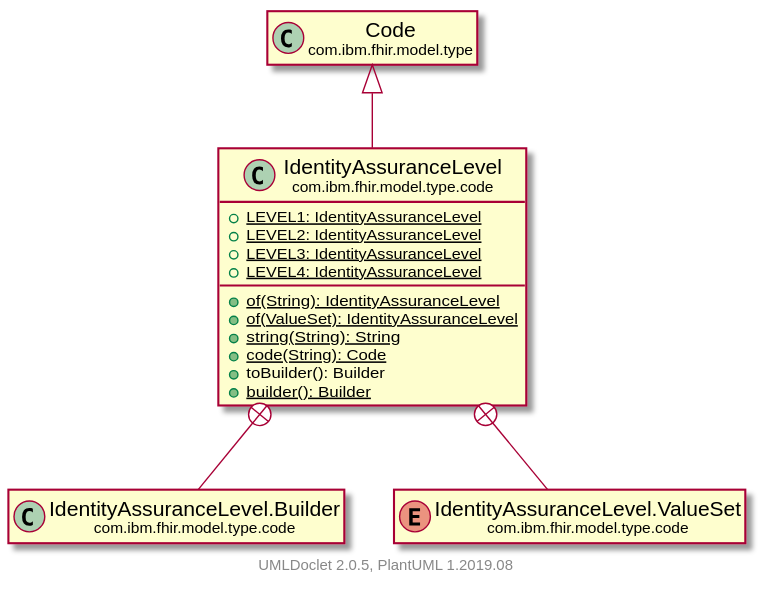
The PlantUML diagram javadocs/latest/com/ibm/fhir/model/type/code/IdentityAssuranceLevel.svg in tumblewind/FHIR, before a commit. The source it was exported from:
```plantuml
@startuml
    set namespaceSeparator none
    hide empty fields
    hide empty methods

    class "<size:14>IdentityAssuranceLevel\n<size:10>com.ibm.fhir.model.type.code" as com.ibm.fhir.model.type.code.IdentityAssuranceLevel [[IdentityAssuranceLevel.html]] {
        {static} +LEVEL1: IdentityAssuranceLevel
        {static} +LEVEL2: IdentityAssuranceLevel
        {static} +LEVEL3: IdentityAssuranceLevel
        {static} +LEVEL4: IdentityAssuranceLevel
        {static} +of(String): IdentityAssuranceLevel
        {static} +of(ValueSet): IdentityAssuranceLevel
        {static} +string(String): String
        {static} +code(String): Code
        +toBuilder(): Builder
        {static} +builder(): Builder
    }

    class "<size:14>Code\n<size:10>com.ibm.fhir.model.type" as com.ibm.fhir.model.type.Code [[../Code.html]]
    class "<size:14>IdentityAssuranceLevel.Builder\n<size:10>com.ibm.fhir.model.type.code" as com.ibm.fhir.model.type.code.IdentityAssuranceLevel.Builder [[IdentityAssuranceLevel.Builder.html]]
    enum "<size:14>IdentityAssuranceLevel.ValueSet\n<size:10>com.ibm.fhir.model.type.code" as com.ibm.fhir.model.type.code.IdentityAssuranceLevel.ValueSet [[IdentityAssuranceLevel.ValueSet.html]]

    com.ibm.fhir.model.type.Code <|-- com.ibm.fhir.model.type.code.IdentityAssuranceLevel
    com.ibm.fhir.model.type.code.IdentityAssuranceLevel +-- com.ibm.fhir.model.type.code.IdentityAssuranceLevel.Builder
    com.ibm.fhir.model.type.code.IdentityAssuranceLevel +-- com.ibm.fhir.model.type.code.IdentityAssuranceLevel.ValueSet

    center footer UMLDoclet 2.0.5, PlantUML 1.2019.08
@enduml
```
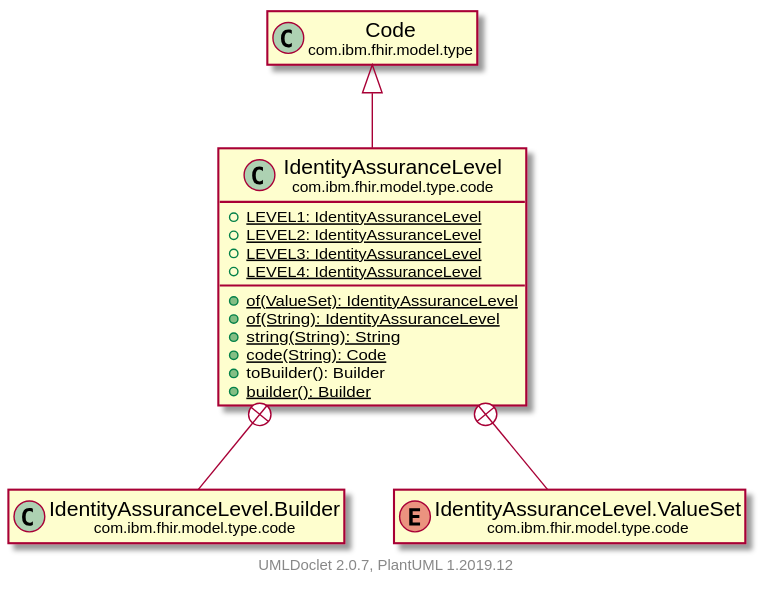
The same file after the commit.

Change to the diagram source:
```diff
@@ -8,8 +8,8 @@
         {static} +LEVEL2: IdentityAssuranceLevel
         {static} +LEVEL3: IdentityAssuranceLevel
         {static} +LEVEL4: IdentityAssuranceLevel
+        {static} +of(ValueSet): IdentityAssuranceLevel
         {static} +of(String): IdentityAssuranceLevel
-        {static} +of(ValueSet): IdentityAssuranceLevel
         {static} +string(String): String
         {static} +code(String): Code
         +toBuilder(): Builder
@@ -24,5 +24,5 @@
     com.ibm.fhir.model.type.code.IdentityAssuranceLevel +-- com.ibm.fhir.model.type.code.IdentityAssuranceLevel.Builder
     com.ibm.fhir.model.type.code.IdentityAssuranceLevel +-- com.ibm.fhir.model.type.code.IdentityAssuranceLevel.ValueSet
 
-    center footer UMLDoclet 2.0.5, PlantUML 1.2019.08
+    center footer UMLDoclet 2.0.7, PlantUML 1.2019.12
 @enduml
```
